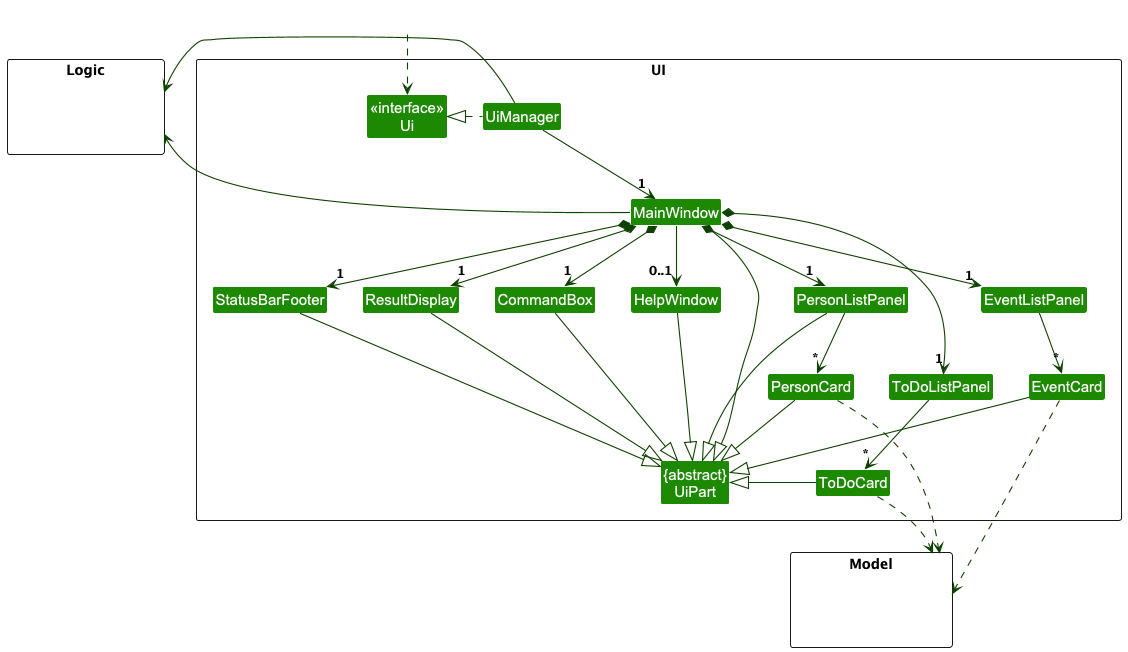
This is docs/images/UiClassDiagram.png from jaxwong/tp, a PlantUML export, as it was before one commit.
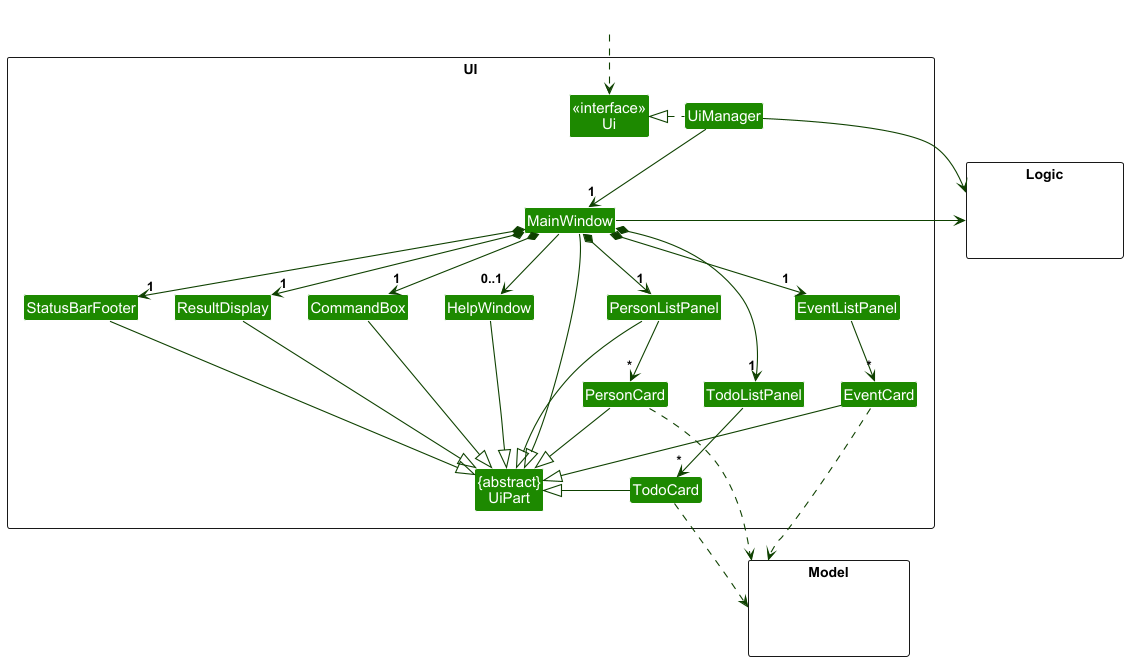
The same diagram one commit later.

What changed in the source:
```diff
@@ -16,9 +16,9 @@
 Class StatusBarFooter
 Class CommandBox
 Class EventListPanel
-Class ToDoListPanel
+Class TodoListPanel
 Class EventCard
-Class ToDoCard
+Class TodoCard
 }
 
 package Model <<Rectangle>> {
@@ -38,13 +38,13 @@
 MainWindow *-down-> "1" ResultDisplay
 MainWindow *-down-> "1" PersonListPanel
 MainWindow *-down-> "1" EventListPanel
-MainWindow *-down-> "1" ToDoListPanel
+MainWindow *-down-> "1" TodoListPanel
 MainWindow *-down-> "1" StatusBarFooter
 MainWindow --> "0..1" HelpWindow
 
 PersonListPanel -down-> "*" PersonCard
 EventListPanel -down-> "*" EventCard
-ToDoListPanel -down-> "*" ToDoCard
+TodoListPanel -down-> "*" TodoCard
 
 
 MainWindow -left-|> UiPart
@@ -54,13 +54,13 @@
 PersonListPanel --|> UiPart
 PersonCard --|> UiPart
 EventCard --|> UiPart
-ToDoCard -left|> UiPart
+TodoCard -left|> UiPart
 StatusBarFooter --|> UiPart
 HelpWindow --|> UiPart
 
 PersonCard ..> Model
 EventCard ..> Model
-ToDoCard ..> Model
+TodoCard ..> Model
 UiManager -right-> Logic
 MainWindow -left-> Logic
 
```
